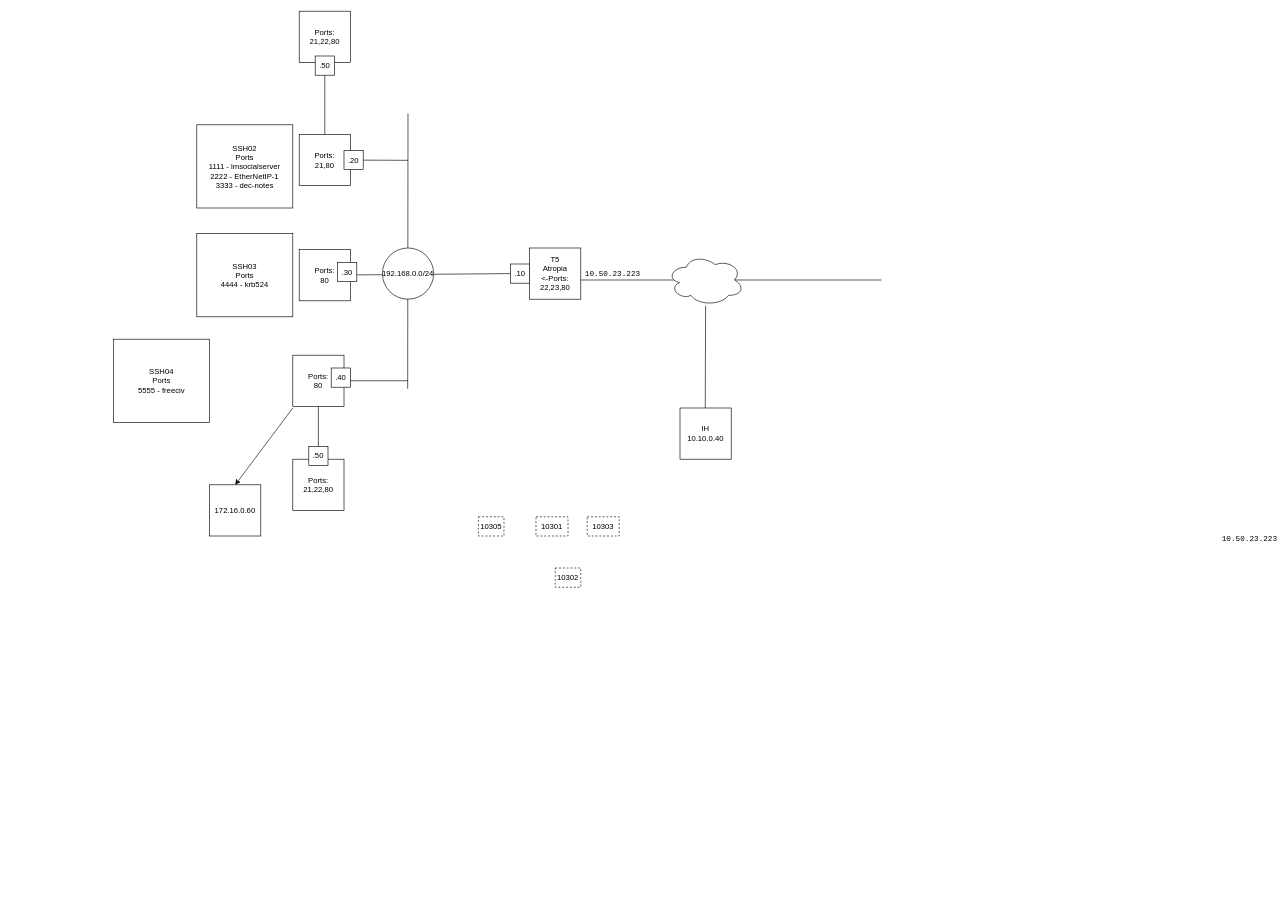
Above: page "Page-3" (3 of 3) of Notes.drawio in AmericanFrench/BLOG (draw.io), before the change. Source tidied: cells renumbered, new cells numbered last; positions are measured from the earlier drawing's top-left corner, leaving out a move shared by most shapes. Both pictures are drawn from the tidied source at 64%, with x=0, y=0 at pixel (113, 11).
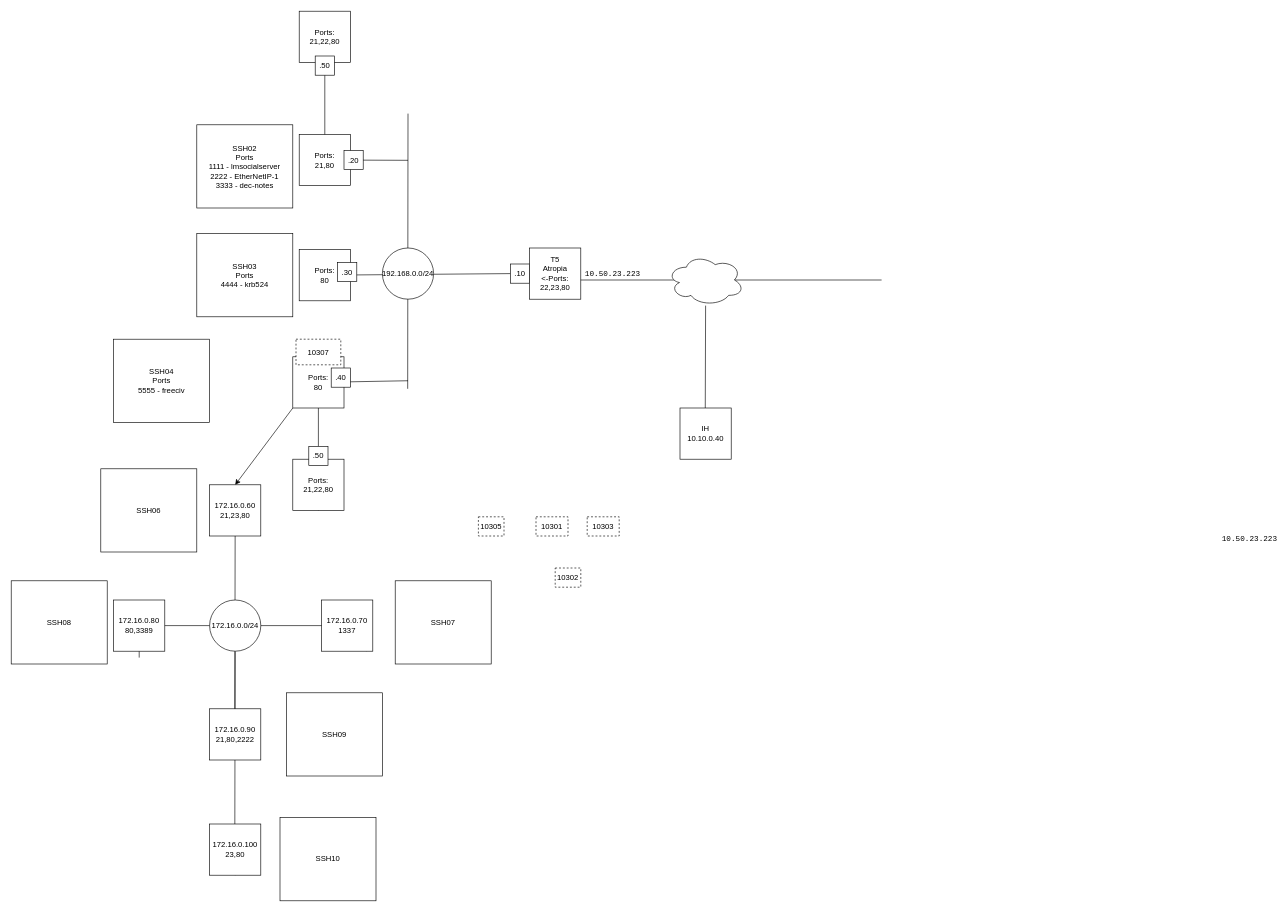
The same diagram, later.

What changed in the source:
```diff
@@
+    <mxCell id="44" style="endArrow=none;html=1;rounded=0;" parent="1" edge="1">
+      <mxGeometry x="0.86" y="445" relative="1" as="geometry">
+        <mxPoint x="189.4" y="1280" as="sourcePoint" />
+        <mxPoint x="189.9" y="1000" as="targetPoint" />
+      </mxGeometry>
+    </mxCell>
+    <mxCell id="45" style="endArrow=none;html=1;rounded=0;" parent="1" edge="1">
+      <mxGeometry x="0.86" y="445" relative="1" as="geometry">
+        <mxPoint x="10" y="960" as="sourcePoint" />
+        <mxPoint x="390" y="960" as="targetPoint" />
+      </mxGeometry>
+    </mxCell>
+    <mxCell id="46" style="endArrow=none;html=1;rounded=0;" parent="1" edge="1" target="42">
+      <mxGeometry x="0.86" y="445" relative="1" as="geometry">
+        <mxPoint x="189.4" y="1100" as="sourcePoint" />
+      </mxGeometry>
+    </mxCell>
@@
     <mxCell id="30" value="&lt;div&gt;Ports:&lt;/div&gt;&lt;div&gt;80&lt;br&gt;&lt;/div&gt;" style="whiteSpace=wrap;html=1;" parent="1" vertex="1">
-      <mxGeometry x="280" y="537.5" width="80" height="80" as="geometry" />
+      <mxGeometry x="280" y="540" width="80" height="80" as="geometry" />
     </mxCell>
@@
-    <mxCell id="42" value="172.16.0.60" style="whiteSpace=wrap;html=1;" parent="1" vertex="1">
+    <mxCell id="42" value="&lt;div&gt;172.16.0.60&lt;/div&gt;&lt;div&gt;21,23,80&lt;br&gt;&lt;/div&gt;" style="whiteSpace=wrap;html=1;" parent="1" vertex="1">
       <mxGeometry x="150" y="740" width="80" height="80" as="geometry" />
     </mxCell>
@@
+    <mxCell id="47" value="10307" style="rounded=0;whiteSpace=wrap;html=1;dashed=1;" parent="1" vertex="1">
+      <mxGeometry x="285" y="512.5" width="70" height="40" as="geometry" />
+    </mxCell>
+    <mxCell id="48" style="ellipse;whiteSpace=wrap;html=1;" parent="1" vertex="1">
+      <mxGeometry x="150" y="920" width="80" height="80" as="geometry" />
+    </mxCell>
+    <mxCell id="49" value="172.16.0.0/24" style="text;html=1;strokeColor=none;fillColor=none;align=center;verticalAlign=middle;whiteSpace=wrap;rounded=0;" parent="1" vertex="1">
+      <mxGeometry x="160" y="945" width="60" height="30" as="geometry" />
+    </mxCell>
+    <mxCell id="50" style="endArrow=none;html=1;rounded=0;startArrow=none;" parent="1" edge="1" source="56">
+      <mxGeometry x="0.86" y="445" relative="1" as="geometry">
+        <mxPoint x="40" y="1010" as="targetPoint" />
+      </mxGeometry>
+    </mxCell>
+    <mxCell id="51" style="endArrow=none;html=1;rounded=0;startArrow=none;" parent="1" edge="1">
+      <mxGeometry x="0.86" y="445" relative="1" as="geometry">
+        <mxPoint x="395" y="930" as="sourcePoint" />
+        <mxPoint x="395" y="1000" as="targetPoint" />
+      </mxGeometry>
+    </mxCell>
+    <mxCell id="52" value="&lt;div&gt;172.16.0.70&lt;/div&gt;&lt;div&gt;1337&lt;br&gt;&lt;/div&gt;" style="whiteSpace=wrap;html=1;" parent="1" vertex="1">
+      <mxGeometry x="325" y="920" width="80" height="80" as="geometry" />
+    </mxCell>
+    <mxCell id="53" style="endArrow=none;html=1;rounded=0;startArrow=none;" parent="1" edge="1">
+      <mxGeometry x="0.86" y="445" relative="1" as="geometry">
+        <mxPoint x="190" y="1100" as="sourcePoint" />
+        <mxPoint x="190" y="1170" as="targetPoint" />
+      </mxGeometry>
+    </mxCell>
+    <mxCell id="54" value="&lt;div&gt;172.16.0.90&lt;/div&gt;&lt;div&gt;21,80,2222&lt;br&gt;&lt;/div&gt;" style="whiteSpace=wrap;html=1;" parent="1" vertex="1">
+      <mxGeometry x="150" y="1090" width="80" height="80" as="geometry" />
+    </mxCell>
+    <mxCell id="55" style="endArrow=none;html=1;rounded=0;startArrow=none;" parent="1" edge="1" target="56">
+      <mxGeometry x="0.86" y="445" relative="1" as="geometry">
+        <mxPoint x="40" y="940" as="sourcePoint" />
+      </mxGeometry>
+    </mxCell>
+    <mxCell id="56" value="&lt;div&gt;172.16.0.80&lt;/div&gt;&lt;div&gt;80,3389&lt;br&gt;&lt;/div&gt;" style="whiteSpace=wrap;html=1;" parent="1" vertex="1">
+      <mxGeometry y="920" width="80" height="80" as="geometry" />
+    </mxCell>
+    <mxCell id="57" value="SSH06" style="rounded=0;whiteSpace=wrap;html=1;" parent="1" vertex="1">
+      <mxGeometry x="-20" y="715" width="150" height="130" as="geometry" />
+    </mxCell>
+    <mxCell id="58" value="SSH08" style="rounded=0;whiteSpace=wrap;html=1;" parent="1" vertex="1">
+      <mxGeometry x="-160" y="890" width="150" height="130" as="geometry" />
+    </mxCell>
+    <mxCell id="59" value="SSH07" style="rounded=0;whiteSpace=wrap;html=1;" parent="1" vertex="1">
+      <mxGeometry x="440" y="890" width="150" height="130" as="geometry" />
+    </mxCell>
+    <mxCell id="60" value="SSH09" style="rounded=0;whiteSpace=wrap;html=1;" parent="1" vertex="1">
+      <mxGeometry x="270" y="1065" width="150" height="130" as="geometry" />
+    </mxCell>
+    <mxCell id="61" style="endArrow=none;html=1;rounded=0;startArrow=none;" parent="1" edge="1">
+      <mxGeometry x="0.86" y="445" relative="1" as="geometry">
+        <mxPoint x="190" y="1280" as="sourcePoint" />
+        <mxPoint x="190" y="1350" as="targetPoint" />
+      </mxGeometry>
+    </mxCell>
+    <mxCell id="62" value="&lt;div&gt;172.16.0.100&lt;/div&gt;&lt;div&gt;23,80&lt;br&gt;&lt;/div&gt;" style="whiteSpace=wrap;html=1;" parent="1" vertex="1">
+      <mxGeometry x="150" y="1270" width="80" height="80" as="geometry" />
+    </mxCell>
+    <mxCell id="63" value="SSH10" style="rounded=0;whiteSpace=wrap;html=1;" parent="1" vertex="1">
+      <mxGeometry x="260" y="1260" width="150" height="130" as="geometry" />
+    </mxCell>
```
